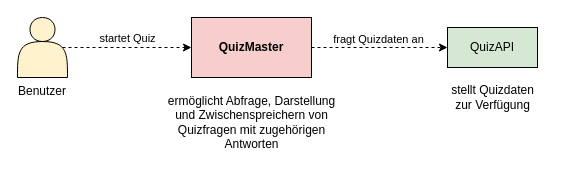
FranziskaGreiner/QuizMaster keeps this draw.io diagram as diagrams/SystemContextDiagram.drawio. Above is the earlier version. Source tidied: cells renumbered, new cells numbered last; positions are measured from the earlier drawing's top-left corner, leaving out a move shared by most shapes. Both pictures are drawn from the tidied source at 100%, with x=0, y=0 at pixel (17, 17).
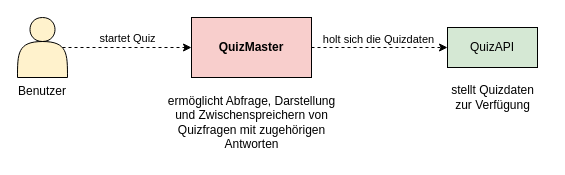
The same page after the edit.

The edit, as a diff of the source:
```diff
@@
 <mxGraphModel>
   <root>
     <mxCell id="0" />
     <mxCell id="1" parent="0" />
     <mxCell id="2" style="edgeStyle=orthogonalEdgeStyle;rounded=0;jettySize=auto;html=1;exitX=1;exitY=0.5;exitDx=0;exitDy=0;entryX=0;entryY=0.5;entryDx=0;entryDy=0;fontColor=#000000;strokeColor=#000000;dashed=1;" parent="1" edge="1" source="4" target="5">
       <mxGeometry relative="1" as="geometry" />
     </mxCell>
-    <mxCell id="3" value="fragt Quizdaten an" style="edgeLabel;html=1;align=center;verticalAlign=bottom;fontColor=#000000;labelPosition=center;verticalLabelPosition=top;" parent="2" vertex="1">
+    <mxCell id="3" value="holt sich die Quizdaten" style="edgeLabel;html=1;align=center;verticalAlign=bottom;fontColor=#000000;labelPosition=center;verticalLabelPosition=top;" parent="2" vertex="1">
       <mxGeometry x="-0.19" y="-4" relative="1" as="geometry">
         <mxPoint x="11" y="-4" as="offset" />
       </mxGeometry>
     </mxCell>
     <mxCell id="4" value="QuizMaster" style="rounded=0;whiteSpace=wrap;html=1;fontStyle=1;fillColor=#f8cecc;strokeColor=#000000;" parent="1" vertex="1">
       <mxGeometry x="174" width="120" height="60" as="geometry" />
     </mxCell>
     <mxCell id="5" value="QuizAPI" style="rounded=0;whiteSpace=wrap;html=1;fillColor=#d5e8d4;strokeColor=#000000;" parent="1" vertex="1">
       <mxGeometry x="430" y="10" width="90" height="40" as="geometry" />
     </mxCell>
     <mxCell id="6" value="startet Quiz" style="edgeStyle=orthogonalEdgeStyle;rounded=0;jettySize=auto;html=1;exitX=0.9;exitY=0.5;exitDx=0;exitDy=0;exitPerimeter=0;entryX=0;entryY=0.5;entryDx=0;entryDy=0;fontColor=#000000;strokeColor=#000000;labelPosition=center;verticalLabelPosition=top;align=center;verticalAlign=bottom;dashed=1;" parent="1" edge="1" source="7" target="4">
       <mxGeometry relative="1" as="geometry" />
     </mxCell>
     <mxCell id="7" value="Benutzer" style="shape=actor;whiteSpace=wrap;html=1;labelPosition=center;verticalLabelPosition=bottom;align=center;verticalAlign=top;fillColor=#fff2cc;strokeColor=#000000;" parent="1" vertex="1">
       <mxGeometry width="50" height="60" as="geometry" />
     </mxCell>
     <mxCell id="8" value="&lt;div&gt;ermöglicht Abfrage, Darstellung&lt;/div&gt;&lt;div&gt;und Zwischenspreichern von&lt;/div&gt;&lt;div&gt;Quizfragen mit zugehörigen&lt;/div&gt;&lt;div&gt;Antworten &lt;/div&gt;" style="text;html=1;align=center;verticalAlign=middle;strokeColor=none;fillColor=none;fontColor=#000000;" parent="1" vertex="1">
       <mxGeometry x="139" y="70" width="190" height="70" as="geometry" />
     </mxCell>
     <mxCell id="9" value="&lt;div&gt;stellt Quizdaten&lt;/div&gt;&lt;div&gt;zur Verfügung&lt;/div&gt;" style="text;html=1;align=center;verticalAlign=middle;strokeColor=none;fillColor=none;fontColor=#000000;" parent="1" vertex="1">
       <mxGeometry x="420" y="60" width="110" height="40" as="geometry" />
     </mxCell>
   </root>
 </mxGraphModel>
```
